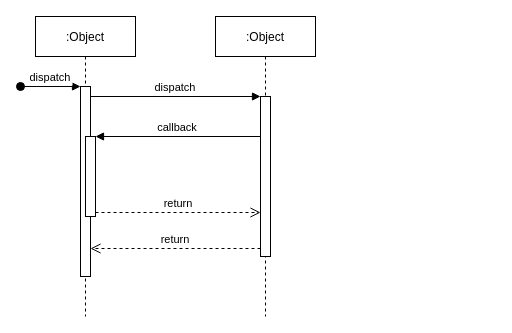
Earlier version of the draw.io diagram Untitled Diagram.drawio (ABIN-DS/flowchart). Source tidied: cells renumbered, new cells numbered last; positions are measured from the earlier drawing's top-left corner, leaving out a move shared by most shapes. Both pictures are drawn from the tidied source at 100%, with x=0, y=0 at pixel (20, 16).
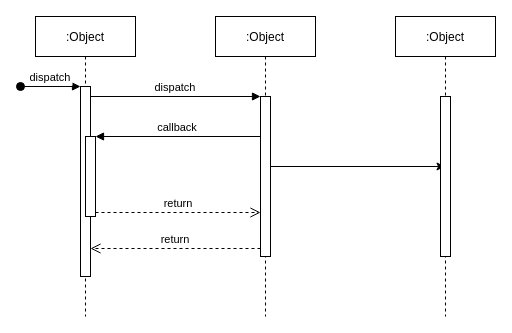
The same diagram, later.

Change to the diagram source:
```diff
@@
 <mxGraphModel>
   <root>
     <mxCell id="0" />
     <mxCell id="1" parent="0" />
     <mxCell id="2" value=":Object" style="shape=umlLifeline;perimeter=lifelinePerimeter;rounded=0;shadow=0;strokeWidth=1;" parent="1" vertex="1">
       <mxGeometry x="15" width="100" height="300" as="geometry" />
     </mxCell>
     <mxCell id="3" style="points=[];perimeter=orthogonalPerimeter;rounded=0;shadow=0;strokeWidth=1;" parent="2" vertex="1">
       <mxGeometry x="45" y="70" width="10" height="190" as="geometry" />
     </mxCell>
     <mxCell id="4" value="dispatch" style="verticalAlign=bottom;startArrow=oval;endArrow=block;startSize=8;shadow=0;strokeWidth=1;" parent="2" edge="1" target="3">
       <mxGeometry relative="1" as="geometry">
         <mxPoint x="-15" y="70" as="sourcePoint" />
       </mxGeometry>
     </mxCell>
     <mxCell id="5" style="points=[];perimeter=orthogonalPerimeter;rounded=0;shadow=0;strokeWidth=1;" parent="2" vertex="1">
       <mxGeometry x="50" y="120" width="10" height="80" as="geometry" />
     </mxCell>
+    <mxCell id="12" style="edgeStyle=orthogonalEdgeStyle;rounded=0;jettySize=auto;html=1;" parent="1" edge="1" source="6" target="13">
+      <mxGeometry relative="1" as="geometry" />
+    </mxCell>
     <mxCell id="6" value=":Object" style="shape=umlLifeline;perimeter=lifelinePerimeter;rounded=0;shadow=0;strokeWidth=1;" parent="1" vertex="1">
       <mxGeometry x="195" width="100" height="300" as="geometry" />
     </mxCell>
     <mxCell id="7" style="points=[];perimeter=orthogonalPerimeter;rounded=0;shadow=0;strokeWidth=1;" parent="6" vertex="1">
       <mxGeometry x="45" y="80" width="10" height="160" as="geometry" />
     </mxCell>
     <mxCell id="8" value="return" style="verticalAlign=bottom;endArrow=open;dashed=1;endSize=8;exitX=0;exitY=0.95;shadow=0;strokeWidth=1;" parent="1" edge="1" source="7" target="3">
       <mxGeometry relative="1" as="geometry" />
     </mxCell>
     <mxCell id="9" value="dispatch" style="verticalAlign=bottom;endArrow=block;entryX=0;entryY=0;shadow=0;strokeWidth=1;" parent="1" edge="1" source="3" target="7">
       <mxGeometry relative="1" as="geometry" />
     </mxCell>
     <mxCell id="10" value="callback" style="verticalAlign=bottom;endArrow=block;entryX=1;entryY=0;shadow=0;strokeWidth=1;" parent="1" edge="1" source="7" target="5">
       <mxGeometry relative="1" as="geometry" />
     </mxCell>
     <mxCell id="11" value="return" style="verticalAlign=bottom;endArrow=open;dashed=1;endSize=8;exitX=1;exitY=0.95;shadow=0;strokeWidth=1;" parent="1" edge="1" source="5" target="7">
       <mxGeometry relative="1" as="geometry" />
     </mxCell>
+    <mxCell id="13" value=":Object" style="shape=umlLifeline;perimeter=lifelinePerimeter;rounded=0;shadow=0;strokeWidth=1;" parent="1" vertex="1">
+      <mxGeometry x="375" width="100" height="300" as="geometry" />
+    </mxCell>
+    <mxCell id="14" style="perimeter=orthogonalPerimeter;rounded=0;shadow=0;strokeWidth=1;" parent="13" vertex="1">
+      <mxGeometry x="45" y="80" width="10" height="160" as="geometry" />
+    </mxCell>
   </root>
 </mxGraphModel>
```
